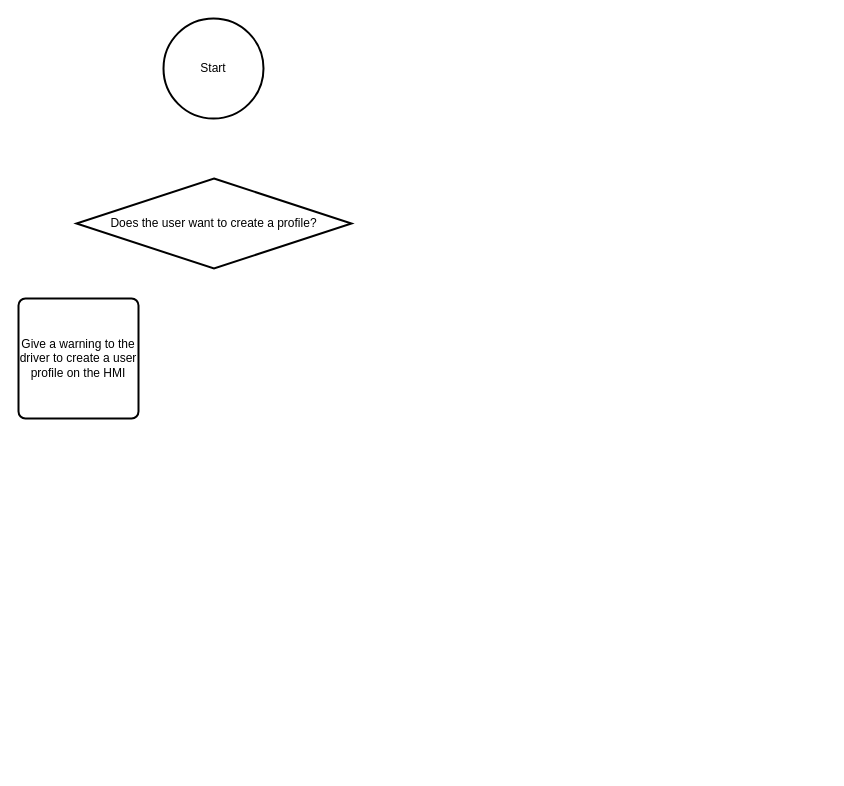
Earlier version of the draw.io diagram page "Control While Driving-02" (3 of 5) of Adjustable Multimedia Screen with Image Processing.drawio (BugraGulmez/Draw.io). Source tidied: cells renumbered, new cells numbered last; positions are measured from the earlier drawing's top-left corner, leaving out a move shared by most shapes. Both pictures are drawn from the tidied source at 100%, with x=0, y=0 at pixel (18, 18).
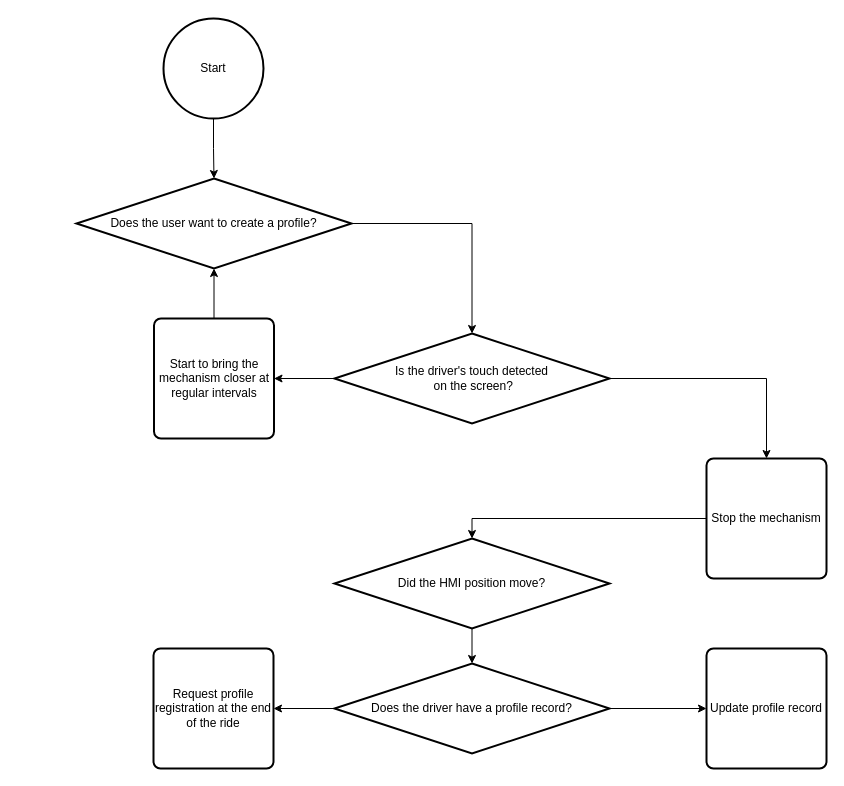
Above is the later version.

Diff of the diagram source:
```diff
@@
 <mxGraphModel>
   <root>
     <mxCell id="0" />
     <mxCell id="1" parent="0" />
     <mxCell id="2" value="Start" style="strokeWidth=2;html=1;shape=mxgraph.flowchart.start_2;whiteSpace=wrap;" parent="1" vertex="1">
       <mxGeometry x="145" width="100" height="100" as="geometry" />
     </mxCell>
     <mxCell id="3" value="Does the user want to create a profile?" style="strokeWidth=2;html=1;shape=mxgraph.flowchart.decision;whiteSpace=wrap;" parent="1" vertex="1">
       <mxGeometry x="58" y="160" width="275" height="90" as="geometry" />
     </mxCell>
-    <mxCell id="4" value="Give a warning to the driver to create a user profile on the HMI" style="rounded=1;whiteSpace=wrap;html=1;absoluteArcSize=1;arcSize=14;strokeWidth=2;" parent="1" vertex="1">
-      <mxGeometry y="280" width="120" height="120" as="geometry" />
+    <mxCell id="4" value="Start to bring the mechanism closer at regular intervals" style="rounded=1;whiteSpace=wrap;html=1;absoluteArcSize=1;arcSize=14;strokeWidth=2;" parent="1" vertex="1">
+      <mxGeometry x="135.5" y="300" width="120" height="120" as="geometry" />
     </mxCell>
+    <mxCell id="5" style="edgeStyle=orthogonalEdgeStyle;shape=connector;rounded=0;hachureGap=4;jettySize=auto;html=1;exitX=0;exitY=0.5;exitDx=0;exitDy=0;exitPerimeter=0;entryX=1;entryY=0.5;entryDx=0;entryDy=0;strokeColor=default;align=center;verticalAlign=middle;fontFamily=Architects Daughter;fontSize=11;fontColor=default;labelBackgroundColor=default;endArrow=classic;" parent="1" edge="1" source="7" target="4">
+      <mxGeometry relative="1" as="geometry" />
+    </mxCell>
+    <mxCell id="6" style="edgeStyle=orthogonalEdgeStyle;shape=connector;rounded=0;hachureGap=4;jettySize=auto;html=1;exitX=1;exitY=0.5;exitDx=0;exitDy=0;exitPerimeter=0;strokeColor=default;align=center;verticalAlign=middle;fontFamily=Architects Daughter;fontSize=11;fontColor=default;labelBackgroundColor=default;endArrow=classic;" parent="1" edge="1" source="7" target="8">
+      <mxGeometry relative="1" as="geometry" />
+    </mxCell>
+    <mxCell id="7" value="Is the driver's touch detected&lt;br&gt;&amp;nbsp;on the screen?" style="strokeWidth=2;html=1;shape=mxgraph.flowchart.decision;whiteSpace=wrap;" parent="1" vertex="1">
+      <mxGeometry x="316" y="315" width="275" height="90" as="geometry" />
+    </mxCell>
+    <mxCell id="8" value="Stop the mechanism" style="rounded=1;whiteSpace=wrap;html=1;absoluteArcSize=1;arcSize=14;strokeWidth=2;" parent="1" vertex="1">
+      <mxGeometry x="688" y="440" width="120" height="120" as="geometry" />
+    </mxCell>
+    <mxCell id="9" value="&lt;span style=&quot;font-size: 12px;&quot;&gt;Did the HMI position move?&lt;/span&gt;" style="strokeWidth=2;html=1;shape=mxgraph.flowchart.decision;whiteSpace=wrap;" parent="1" vertex="1">
+      <mxGeometry x="316" y="520" width="275" height="90" as="geometry" />
+    </mxCell>
+    <mxCell id="10" style="edgeStyle=orthogonalEdgeStyle;shape=connector;rounded=0;hachureGap=4;jettySize=auto;html=1;exitX=1;exitY=0.5;exitDx=0;exitDy=0;exitPerimeter=0;strokeColor=default;align=center;verticalAlign=middle;fontFamily=Architects Daughter;fontSize=11;fontColor=default;labelBackgroundColor=default;endArrow=classic;" parent="1" edge="1" source="12" target="14">
+      <mxGeometry relative="1" as="geometry" />
+    </mxCell>
+    <mxCell id="11" style="edgeStyle=orthogonalEdgeStyle;shape=connector;rounded=0;hachureGap=4;jettySize=auto;html=1;exitX=0;exitY=0.5;exitDx=0;exitDy=0;exitPerimeter=0;entryX=1;entryY=0.5;entryDx=0;entryDy=0;strokeColor=default;align=center;verticalAlign=middle;fontFamily=Architects Daughter;fontSize=11;fontColor=default;labelBackgroundColor=default;endArrow=classic;" parent="1" edge="1" source="12" target="13">
+      <mxGeometry relative="1" as="geometry" />
+    </mxCell>
+    <mxCell id="12" value="&lt;span style=&quot;font-size: 12px;&quot;&gt;Does the driver have a profile record?&lt;/span&gt;" style="strokeWidth=2;html=1;shape=mxgraph.flowchart.decision;whiteSpace=wrap;" parent="1" vertex="1">
+      <mxGeometry x="316" y="645" width="275" height="90" as="geometry" />
+    </mxCell>
+    <mxCell id="13" value="Request profile registration at the end of the ride" style="rounded=1;whiteSpace=wrap;html=1;absoluteArcSize=1;arcSize=14;strokeWidth=2;" parent="1" vertex="1">
+      <mxGeometry x="135" y="630" width="120" height="120" as="geometry" />
+    </mxCell>
+    <mxCell id="14" value="Update profile record" style="rounded=1;whiteSpace=wrap;html=1;absoluteArcSize=1;arcSize=14;strokeWidth=2;" parent="1" vertex="1">
+      <mxGeometry x="688" y="630" width="120" height="120" as="geometry" />
+    </mxCell>
+    <mxCell id="15" style="edgeStyle=orthogonalEdgeStyle;shape=connector;rounded=0;hachureGap=4;jettySize=auto;html=1;exitX=0.5;exitY=1;exitDx=0;exitDy=0;exitPerimeter=0;entryX=0.5;entryY=0;entryDx=0;entryDy=0;entryPerimeter=0;strokeColor=default;align=center;verticalAlign=middle;fontFamily=Architects Daughter;fontSize=11;fontColor=default;labelBackgroundColor=default;endArrow=classic;flowAnimation=0;" parent="1" edge="1" source="2" target="3">
+      <mxGeometry relative="1" as="geometry" />
+    </mxCell>
+    <mxCell id="16" style="edgeStyle=orthogonalEdgeStyle;shape=connector;rounded=0;hachureGap=4;jettySize=auto;html=1;exitX=1;exitY=0.5;exitDx=0;exitDy=0;exitPerimeter=0;entryX=0.5;entryY=0;entryDx=0;entryDy=0;entryPerimeter=0;strokeColor=default;align=center;verticalAlign=middle;fontFamily=Architects Daughter;fontSize=11;fontColor=default;labelBackgroundColor=default;endArrow=classic;" parent="1" edge="1" source="3" target="7">
+      <mxGeometry relative="1" as="geometry" />
+    </mxCell>
+    <mxCell id="17" style="edgeStyle=orthogonalEdgeStyle;shape=connector;rounded=0;hachureGap=4;jettySize=auto;html=1;exitX=0;exitY=0.5;exitDx=0;exitDy=0;entryX=0.5;entryY=0;entryDx=0;entryDy=0;entryPerimeter=0;strokeColor=default;align=center;verticalAlign=middle;fontFamily=Architects Daughter;fontSize=11;fontColor=default;labelBackgroundColor=default;endArrow=classic;" parent="1" edge="1" source="8" target="9">
+      <mxGeometry relative="1" as="geometry" />
+    </mxCell>
+    <mxCell id="18" style="edgeStyle=orthogonalEdgeStyle;shape=connector;rounded=0;hachureGap=4;jettySize=auto;html=1;exitX=0.5;exitY=0;exitDx=0;exitDy=0;entryX=0.5;entryY=1;entryDx=0;entryDy=0;entryPerimeter=0;strokeColor=default;align=center;verticalAlign=middle;fontFamily=Architects Daughter;fontSize=11;fontColor=default;labelBackgroundColor=default;endArrow=classic;" parent="1" edge="1" source="4" target="3">
+      <mxGeometry relative="1" as="geometry" />
+    </mxCell>
+    <mxCell id="19" style="edgeStyle=orthogonalEdgeStyle;shape=connector;rounded=0;hachureGap=4;jettySize=auto;html=1;exitX=0.5;exitY=1;exitDx=0;exitDy=0;exitPerimeter=0;entryX=0.5;entryY=0;entryDx=0;entryDy=0;entryPerimeter=0;strokeColor=default;align=center;verticalAlign=middle;fontFamily=Architects Daughter;fontSize=11;fontColor=default;labelBackgroundColor=default;endArrow=classic;" parent="1" edge="1" source="9" target="12">
+      <mxGeometry relative="1" as="geometry" />
+    </mxCell>
   </root>
 </mxGraphModel>
```
